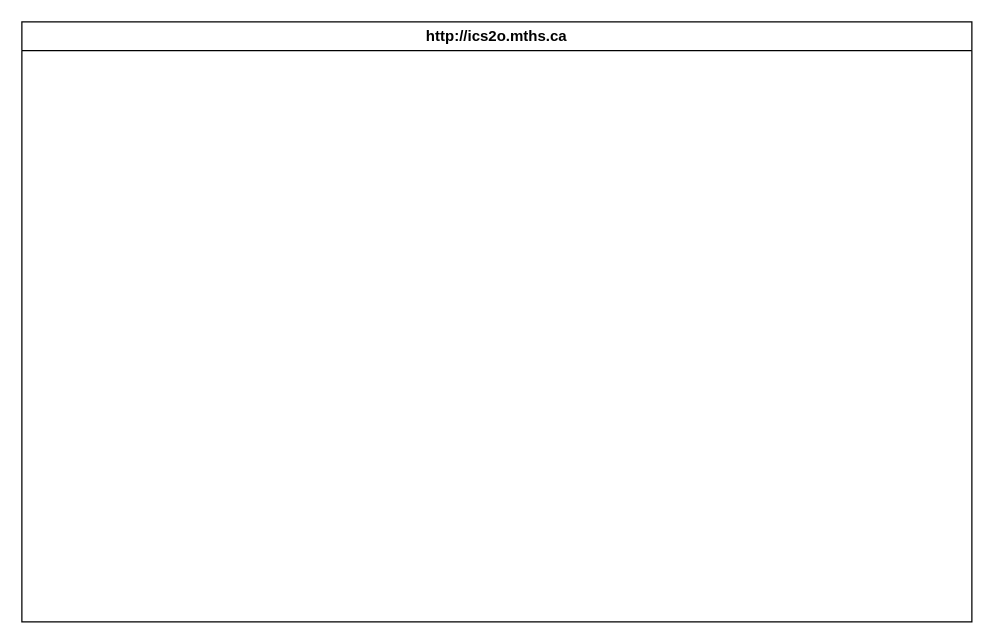
Before: design/storyboard.drawio in MTHS-ICS2O-2-2022/ICS2O-Unit-5-04-Colton-Grant, a draw.io diagram. Source tidied: cells renumbered, new cells numbered last; positions are measured from the earlier drawing's top-left corner, leaving out a move shared by most shapes. Both pictures are drawn from the tidied source at 125%, with x=0, y=0 at pixel (21, 21).
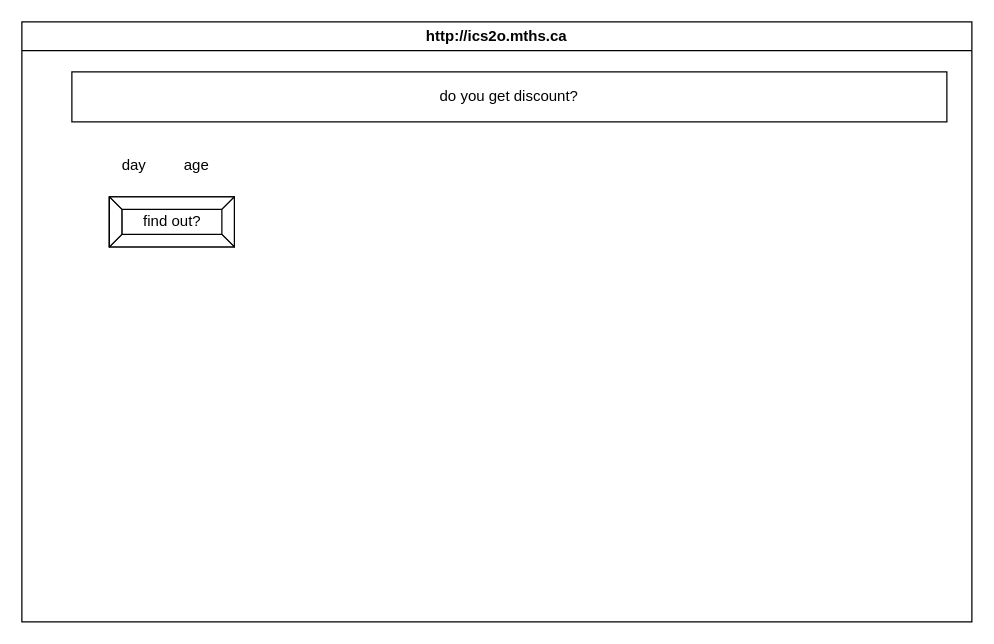
The same diagram, later.

Diff of the diagram source:
```diff
@@
 <mxGraphModel>
   <root>
     <mxCell id="0" />
     <mxCell id="1" parent="0" />
     <mxCell id="2" value="http://ics2o.mths.ca" style="swimlane;whiteSpace=wrap;html=1;" parent="1" vertex="1">
       <mxGeometry width="760" height="480" as="geometry" />
     </mxCell>
+    <mxCell id="3" value="do you get discount?" style="rounded=0;whiteSpace=wrap;html=1;" parent="1" vertex="1">
+      <mxGeometry x="40" y="40" width="700" height="40" as="geometry" />
+    </mxCell>
+    <mxCell id="4" value="find out?" style="labelPosition=center;verticalLabelPosition=middle;align=center;html=1;shape=mxgraph.basic.button;dx=10;" parent="1" vertex="1">
+      <mxGeometry x="70" y="140" width="100" height="40" as="geometry" />
+    </mxCell>
+    <mxCell id="5" value="day" style="text;html=1;strokeColor=none;fillColor=none;align=center;verticalAlign=middle;whiteSpace=wrap;rounded=0;" parent="1" vertex="1">
+      <mxGeometry x="60" y="100" width="60" height="30" as="geometry" />
+    </mxCell>
+    <mxCell id="6" value="age" style="text;html=1;strokeColor=none;fillColor=none;align=center;verticalAlign=middle;whiteSpace=wrap;rounded=0;" parent="1" vertex="1">
+      <mxGeometry x="110" y="100" width="60" height="30" as="geometry" />
+    </mxCell>
   </root>
 </mxGraphModel>
```
